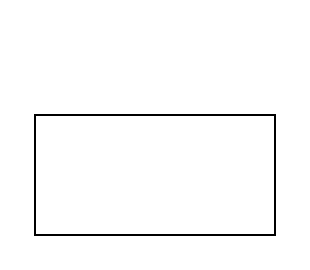
Earlier version of the draw.io diagram triton-server.drawio (xiazi-yu/triton-server-read). Source tidied: cells renumbered, new cells numbered last; positions are measured from the earlier drawing's top-left corner, leaving out a move shared by most shapes. Both pictures are drawn from the tidied source at 200%, with x=0, y=0 at pixel (34, 114).
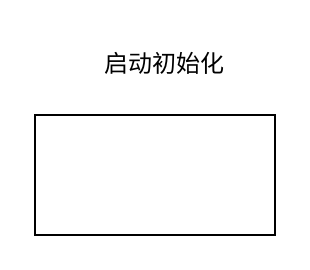
After the change.

What changed in the source:
```diff
@@
 <mxGraphModel>
   <root>
     <mxCell id="0" />
     <mxCell id="1" parent="0" />
     <mxCell id="2" style="rounded=0;whiteSpace=wrap;html=1;" parent="1" vertex="1">
       <mxGeometry width="120" height="60" as="geometry" />
     </mxCell>
+    <mxCell id="3" value="启动初始化" style="text;strokeColor=none;align=center;fillColor=none;html=1;verticalAlign=middle;whiteSpace=wrap;rounded=0;" parent="1" vertex="1">
+      <mxGeometry x="30" y="-40" width="70" height="30" as="geometry" />
+    </mxCell>
   </root>
 </mxGraphModel>
```
